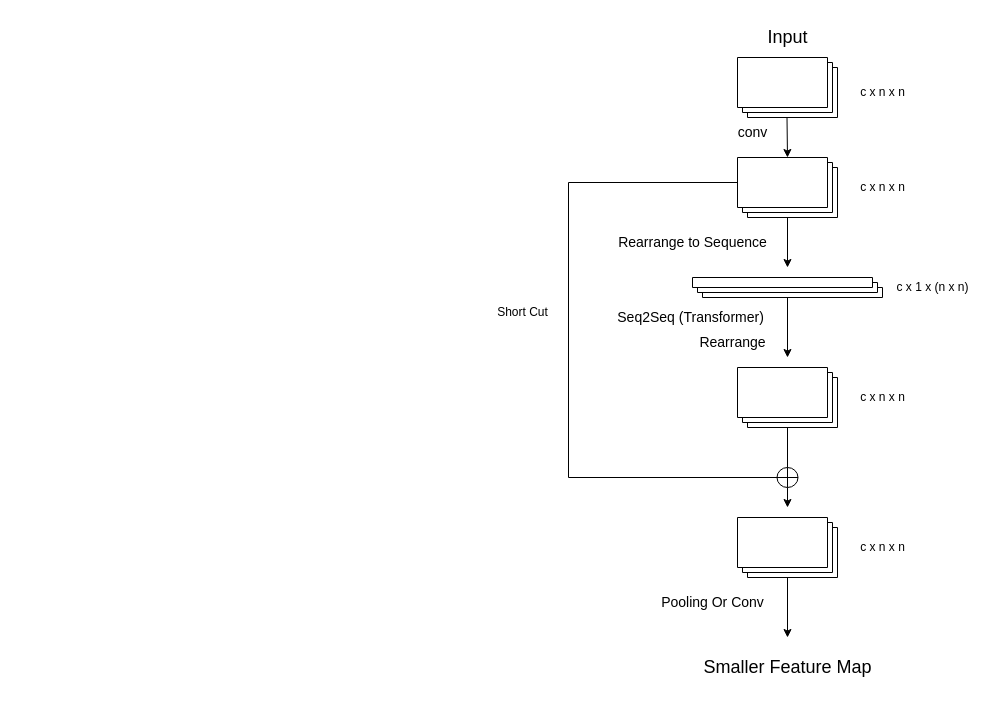
This is create.drawio from ZhangShuui/ForDrawIo, a draw.io file, before an edit. Source tidied: cells renumbered, new cells numbered last; positions are measured from the earlier drawing's top-left corner, leaving out a move shared by most shapes. Both pictures are drawn from the tidied source at 100%, with x=0, y=0 at pixel (487, 17).
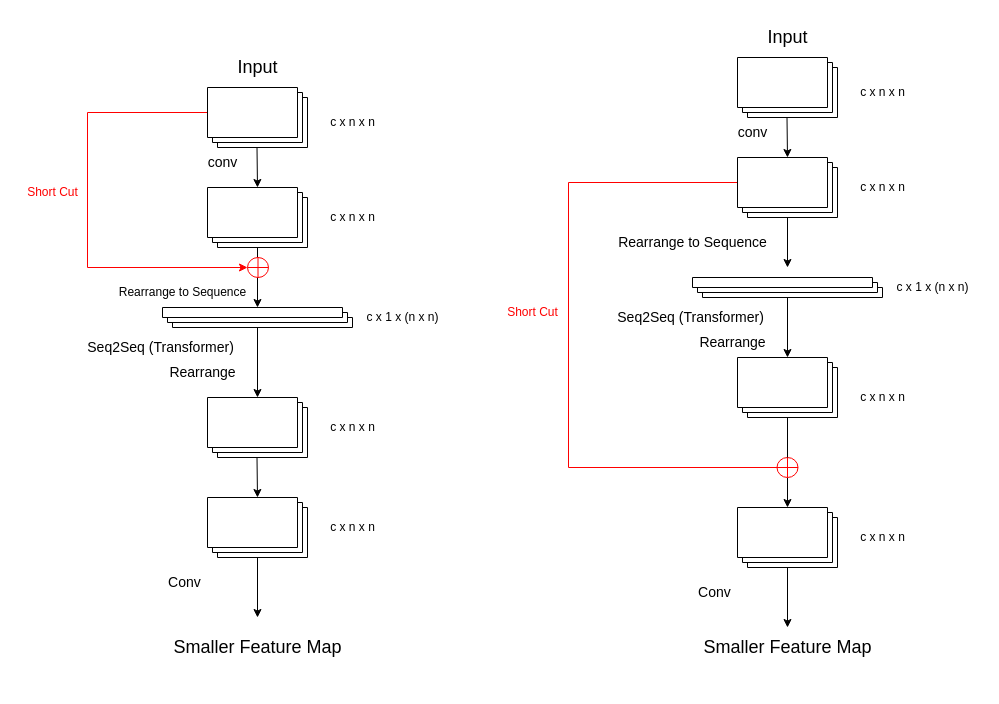
The same diagram, later.

The change refers to these unchanged cells:
```xml
<mxCell id="8" style="verticalLabelPosition=bottom;verticalAlign=top;html=1;shape=mxgraph.basic.layered_rect;dx=10;outlineConnect=0;whiteSpace=wrap;" parent="1" vertex="1">
  <mxGeometry x="250" y="140" width="100" height="60" as="geometry" />
</mxCell>
```

Change to the diagram source:
```diff
@@
-    <mxCell id="7" style="edgeStyle=orthogonalEdgeStyle;rounded=0;jettySize=auto;html=1;exitX=0;exitY=0;exitDx=0;exitDy=25;exitPerimeter=0;dashed=True;" parent="1" edge="1" source="8">
+    <mxCell id="7" style="edgeStyle=orthogonalEdgeStyle;rounded=0;jettySize=auto;html=1;exitX=0;exitY=0;exitDx=0;exitDy=25;exitPerimeter=0;dashed=True;strokeColor=#FF0000;" parent="1" edge="1" source="8">
       <mxGeometry relative="1" as="geometry">
         <mxPoint x="300" y="460" as="targetPoint" />
         <Array as="points">
           <mxPoint x="81" y="165" />
+          <mxPoint x="81" y="450" />
+          <mxPoint x="300" y="450" />
         </Array>
       </mxGeometry>
     </mxCell>
@@
     <mxCell id="17" style="verticalLabelPosition=bottom;verticalAlign=top;html=1;shape=mxgraph.basic.layered_rect;dx=10;whiteSpace=wrap;" parent="1" vertex="1">
-      <mxGeometry x="250" y="350" width="100" height="60" as="geometry" />
+      <mxGeometry x="250" y="340" width="100" height="60" as="geometry" />
     </mxCell>
@@
-    <mxCell id="20" style="shape=orEllipse;perimeter=ellipsePerimeter;whiteSpace=wrap;html=1;backgroundOutline=1;" parent="1" vertex="1">
-      <mxGeometry x="289.5" y="450" width="21" height="20" as="geometry" />
+    <mxCell id="20" style="shape=orEllipse;perimeter=ellipsePerimeter;whiteSpace=wrap;html=1;backgroundOutline=1;strokeColor=#FF0000;" parent="1" vertex="1">
+      <mxGeometry x="289.5" y="440" width="21" height="20" as="geometry" />
     </mxCell>
-    <mxCell id="21" value="Short Cut" style="text;html=1;align=center;verticalAlign=middle;strokeColor=none;fillColor=none;" parent="1" vertex="1">
-      <mxGeometry y="280" width="70" height="30" as="geometry" />
+    <mxCell id="21" value="&lt;font color=&quot;#ff0000&quot;&gt;Short Cut&lt;/font&gt;" style="text;html=1;align=center;verticalAlign=middle;strokeColor=none;fillColor=none;" parent="1" vertex="1">
+      <mxGeometry x="10" y="280" width="70" height="30" as="geometry" />
     </mxCell>
     <mxCell id="22" style="endArrow=none;html=1;rounded=0;exitX=0.5;exitY=0;exitDx=0;exitDy=0;" parent="1" edge="1" source="20">
       <mxGeometry relative="1" as="geometry">
-        <mxPoint x="300" y="410" as="targetPoint" />
+        <mxPoint x="300" y="400" as="targetPoint" />
       </mxGeometry>
     </mxCell>
     <mxCell id="23" style="verticalLabelPosition=bottom;verticalAlign=top;html=1;shape=mxgraph.basic.layered_rect;dx=10;outlineConnect=0;whiteSpace=wrap;" parent="1" vertex="1">
-      <mxGeometry x="250" y="500" width="100" height="60" as="geometry" />
+      <mxGeometry x="250" y="490" width="100" height="60" as="geometry" />
     </mxCell>
     <mxCell id="24" value="c x n x n" style="text;html=1;align=center;verticalAlign=middle;strokeColor=none;fillColor=none;" parent="1" vertex="1">
-      <mxGeometry x="360" y="515" width="70" height="30" as="geometry" />
+      <mxGeometry x="360" y="505" width="70" height="30" as="geometry" />
     </mxCell>
     <mxCell id="25" style="endArrow=classic;html=1;rounded=0;" parent="1" edge="1" source="23">
       <mxGeometry relative="1" as="geometry">
-        <mxPoint x="300" y="620" as="targetPoint" />
+        <mxPoint x="300" y="610" as="targetPoint" />
       </mxGeometry>
     </mxCell>
-    <mxCell id="26" value="&lt;font style=&quot;font-size: 14px;&quot;&gt;Pooling Or Conv&lt;/font&gt;" style="text;html=1;align=center;verticalAlign=middle;strokeColor=none;fillColor=none;" parent="1" vertex="1">
-      <mxGeometry x="159.5" y="570" width="130" height="30" as="geometry" />
+    <mxCell id="26" value="&lt;font style=&quot;font-size: 14px;&quot;&gt;&amp;nbsp;Conv&lt;/font&gt;" style="text;html=1;align=center;verticalAlign=middle;strokeColor=none;fillColor=none;" parent="1" vertex="1">
+      <mxGeometry x="194.5" y="560" width="60" height="30" as="geometry" />
     </mxCell>
     <mxCell id="27" value="&lt;font style=&quot;font-size: 18px;&quot;&gt;Smaller Feature Map&lt;/font&gt;" style="text;html=1;align=center;verticalAlign=middle;strokeColor=none;fillColor=none;" parent="1" vertex="1">
-      <mxGeometry x="205" y="630" width="190" height="40" as="geometry" />
+      <mxGeometry x="205" y="610" width="190" height="40" as="geometry" />
     </mxCell>
+    <mxCell id="28" style="edgeStyle=orthogonalEdgeStyle;rounded=0;jettySize=auto;html=1;exitX=0;exitY=0;exitDx=0;exitDy=25;exitPerimeter=0;entryX=0;entryY=0.5;entryDx=0;entryDy=0;edgeColor=RGB(255,0,0);strokeColor=#FF0000;" parent="1" edge="1" source="29" target="50">
+      <mxGeometry relative="1" as="geometry">
+        <Array as="points">
+          <mxPoint x="-400" y="95" />
+          <mxPoint x="-400" y="250" />
+        </Array>
+      </mxGeometry>
+    </mxCell>
+    <mxCell id="29" style="verticalLabelPosition=bottom;verticalAlign=top;html=1;shape=mxgraph.basic.layered_rect;dx=10;outlineConnect=0;whiteSpace=wrap;" parent="1" vertex="1">
+      <mxGeometry x="-280" y="70" width="100" height="60" as="geometry" />
+    </mxCell>
+    <mxCell id="30" style="endArrow=classic;html=1;rounded=0;" parent="1" edge="1">
+      <mxGeometry relative="1" as="geometry">
+        <mxPoint x="-230.5" y="130" as="sourcePoint" />
+        <mxPoint x="-230" y="170" as="targetPoint" />
+      </mxGeometry>
+    </mxCell>
+    <mxCell id="31" value="&lt;font style=&quot;font-size: 18px;&quot;&gt;Input&lt;/font&gt;" style="text;html=1;align=center;verticalAlign=middle;strokeColor=none;fillColor=none;" parent="1" vertex="1">
+      <mxGeometry x="-260" y="30" width="60" height="40" as="geometry" />
+    </mxCell>
+    <mxCell id="32" value="c x n x n" style="text;html=1;align=center;verticalAlign=middle;strokeColor=none;fillColor=none;" parent="1" vertex="1">
+      <mxGeometry x="-170" y="90" width="70" height="30" as="geometry" />
+    </mxCell>
+    <mxCell id="33" style="verticalLabelPosition=bottom;verticalAlign=top;html=1;shape=mxgraph.basic.layered_rect;dx=10;outlineConnect=0;whiteSpace=wrap;" parent="1" vertex="1">
+      <mxGeometry x="-280" y="170" width="100" height="60" as="geometry" />
+    </mxCell>
+    <mxCell id="34" value="c x n x n" style="text;html=1;align=center;verticalAlign=middle;strokeColor=none;fillColor=none;" parent="1" vertex="1">
+      <mxGeometry x="-170" y="185" width="70" height="30" as="geometry" />
+    </mxCell>
+    <mxCell id="35" style="verticalLabelPosition=bottom;verticalAlign=top;html=1;shape=mxgraph.basic.layered_rect;dx=10;outlineConnect=0;whiteSpace=wrap;" parent="1" vertex="1">
+      <mxGeometry x="-325" y="290" width="190" height="20" as="geometry" />
+    </mxCell>
+    <mxCell id="36" style="endArrow=classic;html=1;rounded=0;" parent="1" edge="1" source="33">
+      <mxGeometry relative="1" as="geometry">
+        <mxPoint x="-230" y="290" as="targetPoint" />
+      </mxGeometry>
+    </mxCell>
+    <mxCell id="37" value="c x 1 x (n x n)" style="text;html=1;align=center;verticalAlign=middle;strokeColor=none;fillColor=none;" parent="1" vertex="1">
+      <mxGeometry x="-135" y="285" width="100" height="30" as="geometry" />
+    </mxCell>
+    <mxCell id="38" value="&lt;font style=&quot;font-size: 14px;&quot;&gt;conv&lt;/font&gt;" style="text;html=1;align=center;verticalAlign=middle;strokeColor=none;fillColor=none;" parent="1" vertex="1">
+      <mxGeometry x="-290" y="130" width="50" height="30" as="geometry" />
+    </mxCell>
+    <mxCell id="39" style="endArrow=classic;html=1;rounded=0;" parent="1" edge="1" source="35" target="42">
+      <mxGeometry relative="1" as="geometry" />
+    </mxCell>
+    <mxCell id="40" value="&lt;font style=&quot;font-size: 14px;&quot;&gt;Seq2Seq (Transformer)&amp;nbsp;&lt;/font&gt;" style="text;html=1;align=center;verticalAlign=middle;strokeColor=none;fillColor=none;" parent="1" vertex="1">
+      <mxGeometry x="-410" y="315" width="170" height="30" as="geometry" />
+    </mxCell>
+    <mxCell id="41" value="&lt;font style=&quot;font-size: 14px;&quot;&gt;Rearrange&lt;/font&gt;" style="text;html=1;align=center;verticalAlign=middle;strokeColor=none;fillColor=none;" parent="1" vertex="1">
+      <mxGeometry x="-330" y="340" width="90" height="30" as="geometry" />
+    </mxCell>
+    <mxCell id="42" style="verticalLabelPosition=bottom;verticalAlign=top;html=1;shape=mxgraph.basic.layered_rect;dx=10;outlineConnect=0;whiteSpace=wrap;" parent="1" vertex="1">
+      <mxGeometry x="-280" y="380" width="100" height="60" as="geometry" />
+    </mxCell>
+    <mxCell id="43" value="c x n x n" style="text;html=1;align=center;verticalAlign=middle;strokeColor=none;fillColor=none;" parent="1" vertex="1">
+      <mxGeometry x="-170" y="395" width="70" height="30" as="geometry" />
+    </mxCell>
+    <mxCell id="44" value="&lt;font color=&quot;#ff0000&quot;&gt;Short Cut&lt;/font&gt;" style="text;html=1;align=center;verticalAlign=middle;strokeColor=none;fillColor=none;" parent="1" vertex="1">
+      <mxGeometry x="-470" y="160" width="70" height="30" as="geometry" />
+    </mxCell>
+    <mxCell id="45" style="verticalLabelPosition=bottom;verticalAlign=top;html=1;shape=mxgraph.basic.layered_rect;dx=10;outlineConnect=0;whiteSpace=wrap;" parent="1" vertex="1">
+      <mxGeometry x="-280" y="480" width="100" height="60" as="geometry" />
+    </mxCell>
+    <mxCell id="46" value="c x n x n" style="text;html=1;align=center;verticalAlign=middle;strokeColor=none;fillColor=none;" parent="1" vertex="1">
+      <mxGeometry x="-170" y="495" width="70" height="30" as="geometry" />
+    </mxCell>
+    <mxCell id="47" style="endArrow=classic;html=1;rounded=0;" parent="1" edge="1" source="45">
+      <mxGeometry relative="1" as="geometry">
+        <mxPoint x="-230" y="600" as="targetPoint" />
+      </mxGeometry>
+    </mxCell>
+    <mxCell id="48" value="&lt;font style=&quot;font-size: 14px;&quot;&gt;&amp;nbsp;Conv&lt;/font&gt;" style="text;html=1;align=center;verticalAlign=middle;strokeColor=none;fillColor=none;" parent="1" vertex="1">
+      <mxGeometry x="-335.5" y="550" width="60" height="30" as="geometry" />
+    </mxCell>
+    <mxCell id="49" value="&lt;font style=&quot;font-size: 18px;&quot;&gt;Smaller Feature Map&lt;/font&gt;" style="text;html=1;align=center;verticalAlign=middle;strokeColor=none;fillColor=none;" parent="1" vertex="1">
+      <mxGeometry x="-325" y="610" width="190" height="40" as="geometry" />
+    </mxCell>
+    <mxCell id="50" style="shape=orEllipse;perimeter=ellipsePerimeter;whiteSpace=wrap;html=1;backgroundOutline=1;strokeColor=#FF0000;" parent="1" vertex="1">
+      <mxGeometry x="-240" y="240" width="21" height="20" as="geometry" />
+    </mxCell>
+    <mxCell id="51" value="&lt;font style=&quot;font-size: 12px;&quot;&gt;Rearrange to Sequence&lt;/font&gt;" style="text;html=1;align=center;verticalAlign=middle;strokeColor=none;fillColor=none;" parent="1" vertex="1">
+      <mxGeometry x="-380.5" y="260" width="150" height="30" as="geometry" />
+    </mxCell>
+    <mxCell id="52" style="endArrow=classic;html=1;rounded=0;" parent="1" edge="1">
+      <mxGeometry relative="1" as="geometry">
+        <mxPoint x="-230.5" y="440" as="sourcePoint" />
+        <mxPoint x="-230" y="480" as="targetPoint" />
+      </mxGeometry>
+    </mxCell>
```
